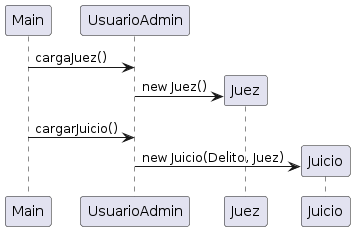
Above: Documentacion/DiagramaSecuenciaCargarJuicio.png in IMettaINSPT/1ParcialP2 (PlantUML), before the change.
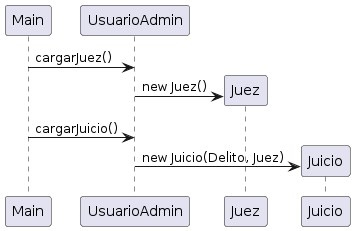
The same diagram one commit later.

Diff of the diagram source:
```diff
@@ -4,7 +4,7 @@
 participant Juez
 participant Juicio
 
-Main->UsuarioAdmin:cargaJuez()
+Main->UsuarioAdmin:cargarJuez()
 UsuarioAdmin->Juez **: new Juez()
 Main->UsuarioAdmin: cargarJuicio()
 UsuarioAdmin-> Juicio **: new Juicio(Delito, Juez)
```
